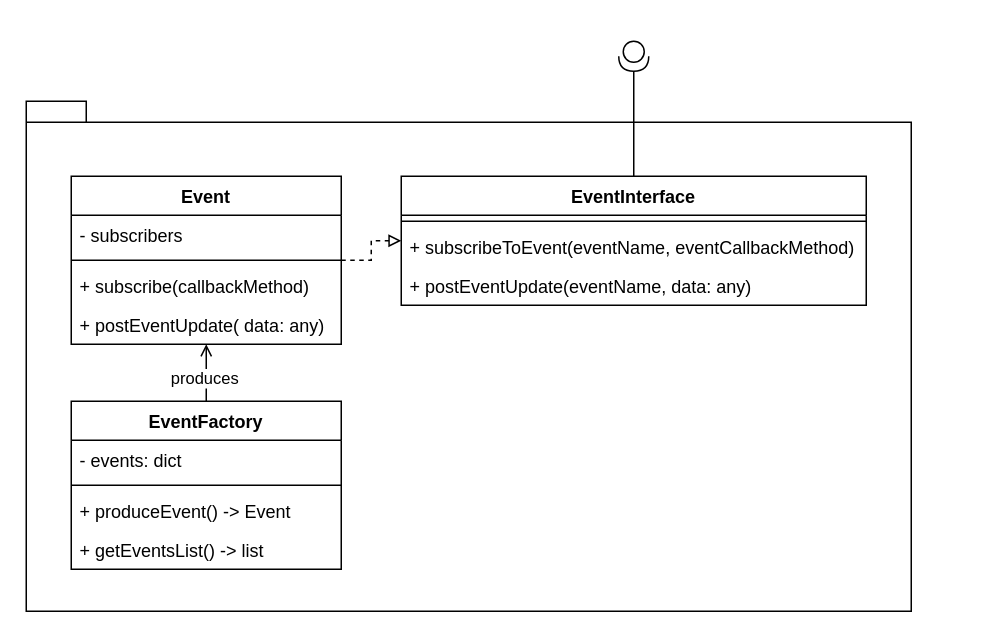
Earlier version of the draw.io diagram Events/Architecture/EventManager.drawio (Uhgtred/HomeExplorer). Source tidied: cells renumbered, new cells numbered last; positions are measured from the earlier drawing's top-left corner, leaving out a move shared by most shapes. Both pictures are drawn from the tidied source at 150%, with x=0, y=0 at pixel (26, 40).
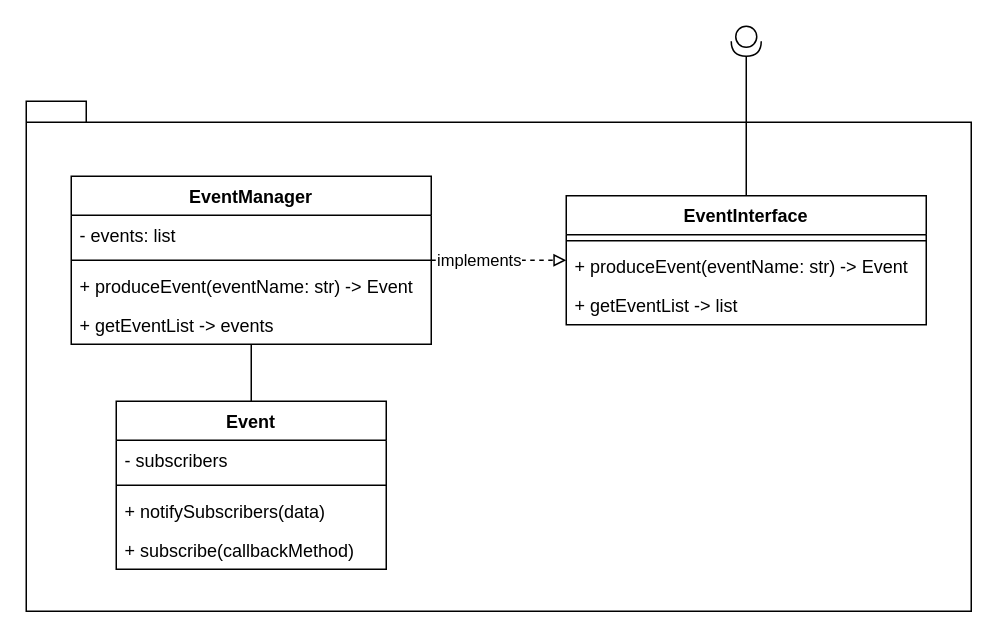
Above is the later version.

The change refers to these unchanged cells:
```xml
<mxCell id="3" style="edgeStyle=orthogonalEdgeStyle;rounded=0;jettySize=auto;html=1;dashed=1;endArrow=block;endFill=0;" parent="1" edge="1" source="4" target="9">
  <mxGeometry relative="1" as="geometry" />
</mxCell>
```

What changed in the source:
```diff
@@
     <mxCell id="2" style="shape=folder;fontStyle=1;spacingTop=10;tabWidth=40;tabHeight=14;tabPosition=left;html=1;" parent="1" vertex="1">
-      <mxGeometry y="40" width="590" height="340" as="geometry" />
+      <mxGeometry y="40" width="630" height="340" as="geometry" />
     </mxCell>
@@
+    <mxCell id="22" value="implements" style="edgeLabel;html=1;align=center;verticalAlign=middle;fontColor=default;" parent="3" vertex="1">
+      <mxGeometry x="-0.3" y="1" relative="1" as="geometry" />
+    </mxCell>
-    <mxCell id="4" value="Event" style="swimlane;fontStyle=1;align=center;verticalAlign=top;horizontal=1;startSize=26;" parent="1" vertex="1">
-      <mxGeometry x="30" y="90" width="180" height="112" as="geometry" />
+    <mxCell id="4" value="EventManager" style="swimlane;fontStyle=1;align=center;verticalAlign=top;horizontal=1;startSize=26;" parent="1" vertex="1">
+      <mxGeometry x="30" y="90" width="240" height="112" as="geometry" />
     </mxCell>
-    <mxCell id="5" value="- subscribers" style="text;strokeColor=none;fillColor=none;align=left;verticalAlign=top;spacingLeft=4;spacingRight=4;overflow=hidden;" parent="4" vertex="1">
-      <mxGeometry y="26" width="180" height="26" as="geometry" />
+    <mxCell id="5" value="- events: list" style="text;strokeColor=none;fillColor=none;align=left;verticalAlign=top;spacingLeft=4;spacingRight=4;overflow=hidden;" parent="4" vertex="1">
+      <mxGeometry y="26" width="240" height="26" as="geometry" />
     </mxCell>
     <mxCell id="6" style="line;strokeWidth=1;fillColor=none;align=left;verticalAlign=middle;spacingTop=-1;spacingLeft=3;spacingRight=3;labelPosition=right;strokeColor=inherit;" parent="4" vertex="1">
-      <mxGeometry y="52" width="180" height="8" as="geometry" />
+      <mxGeometry y="52" width="240" height="8" as="geometry" />
     </mxCell>
-    <mxCell id="7" value="+ subscribe(callbackMethod)" style="text;strokeColor=none;fillColor=none;align=left;verticalAlign=top;spacingLeft=4;spacingRight=4;overflow=hidden;" parent="4" vertex="1">
-      <mxGeometry y="60" width="180" height="26" as="geometry" />
+    <mxCell id="7" value="+ produceEvent(eventName: str) -&gt; Event" style="text;strokeColor=none;fillColor=none;align=left;verticalAlign=top;spacingLeft=4;spacingRight=4;overflow=hidden;" parent="4" vertex="1">
+      <mxGeometry y="60" width="240" height="26" as="geometry" />
     </mxCell>
-    <mxCell id="8" value="+ postEventUpdate( data: any)" style="text;strokeColor=none;fillColor=none;align=left;verticalAlign=top;spacingLeft=4;spacingRight=4;overflow=hidden;" parent="4" vertex="1">
-      <mxGeometry y="86" width="180" height="26" as="geometry" />
+    <mxCell id="8" value="+ getEventList -&gt; events" style="text;strokeColor=none;fillColor=none;align=left;verticalAlign=top;spacingLeft=4;spacingRight=4;overflow=hidden;" parent="4" vertex="1">
+      <mxGeometry y="86" width="240" height="26" as="geometry" />
     </mxCell>
     <mxCell id="9" value="EventInterface" style="swimlane;fontStyle=1;align=center;verticalAlign=top;horizontal=1;startSize=26;" parent="1" vertex="1">
-      <mxGeometry x="250" y="90" width="310" height="86" as="geometry" />
+      <mxGeometry x="360" y="103" width="240" height="86" as="geometry" />
     </mxCell>
     <mxCell id="10" style="line;strokeWidth=1;fillColor=none;align=left;verticalAlign=middle;spacingTop=-1;spacingLeft=3;spacingRight=3;labelPosition=right;strokeColor=inherit;" parent="9" vertex="1">
-      <mxGeometry y="26" width="310" height="8" as="geometry" />
+      <mxGeometry y="26" width="240" height="8" as="geometry" />
     </mxCell>
-    <mxCell id="11" value="+ subscribeToEvent(eventName, eventCallbackMethod)" style="text;strokeColor=none;fillColor=none;align=left;verticalAlign=top;spacingLeft=4;spacingRight=4;overflow=hidden;" parent="9" vertex="1">
-      <mxGeometry y="34" width="310" height="26" as="geometry" />
+    <mxCell id="11" value="+ produceEvent(eventName: str) -&gt; Event" style="text;strokeColor=none;fillColor=none;align=left;verticalAlign=top;spacingLeft=4;spacingRight=4;overflow=hidden;labelBackgroundColor=none;fontColor=default;" parent="9" vertex="1">
+      <mxGeometry y="34" width="240" height="26" as="geometry" />
     </mxCell>
-    <mxCell id="12" value="+ postEventUpdate(eventName, data: any)" style="text;strokeColor=none;fillColor=none;align=left;verticalAlign=top;spacingLeft=4;spacingRight=4;overflow=hidden;" parent="9" vertex="1">
-      <mxGeometry y="60" width="310" height="26" as="geometry" />
-    </mxCell>
+    <mxCell id="23" value="+ getEventList -&gt; list" style="text;strokeColor=none;fillColor=none;align=left;verticalAlign=top;spacingLeft=4;spacingRight=4;overflow=hidden;" parent="9" vertex="1">
+      <mxGeometry y="60" width="240" height="26" as="geometry" />
+    </mxCell>
@@
     <mxCell id="14" style="shape=providedRequiredInterface;html=1;verticalLabelPosition=bottom;sketch=0;rotation=90;" parent="1" vertex="1">
-      <mxGeometry x="395" width="20" height="20" as="geometry" />
+      <mxGeometry x="470" y="-10" width="20" height="20" as="geometry" />
     </mxCell>
-    <mxCell id="15" style="edgeStyle=orthogonalEdgeStyle;rounded=0;jettySize=auto;html=1;endArrow=open;endFill=0;" parent="1" edge="1" source="17" target="4">
+    <mxCell id="15" style="edgeStyle=orthogonalEdgeStyle;rounded=0;jettySize=auto;html=1;endArrow=none;endFill=0;" parent="1" edge="1" source="17" target="4">
       <mxGeometry relative="1" as="geometry" />
     </mxCell>
-    <mxCell id="16" value="produces" style="edgeLabel;html=1;align=center;verticalAlign=middle;" parent="15" vertex="1">
-      <mxGeometry x="-0.23" y="2" relative="1" as="geometry" />
-    </mxCell>
-    <mxCell id="17" value="EventFactory" style="swimlane;fontStyle=1;align=center;verticalAlign=top;horizontal=1;startSize=26;" parent="1" vertex="1">
-      <mxGeometry x="30" y="240" width="180" height="112" as="geometry" />
+    <mxCell id="17" value="Event" style="swimlane;fontStyle=1;align=center;verticalAlign=top;horizontal=1;startSize=26;" parent="1" vertex="1">
+      <mxGeometry x="60" y="240" width="180" height="112" as="geometry" />
     </mxCell>
-    <mxCell id="18" value="- events: dict" style="text;strokeColor=none;fillColor=none;align=left;verticalAlign=top;spacingLeft=4;spacingRight=4;overflow=hidden;" parent="17" vertex="1">
+    <mxCell id="18" value="- subscribers" style="text;strokeColor=none;fillColor=none;align=left;verticalAlign=top;spacingLeft=4;spacingRight=4;overflow=hidden;" parent="17" vertex="1">
       <mxGeometry y="26" width="180" height="26" as="geometry" />
     </mxCell>
@@
-    <mxCell id="20" value="+ produceEvent() -&gt; Event" style="text;strokeColor=none;fillColor=none;align=left;verticalAlign=top;spacingLeft=4;spacingRight=4;overflow=hidden;" parent="17" vertex="1">
+    <mxCell id="20" value="+ notifySubscribers(data)" style="text;strokeColor=none;fillColor=none;align=left;verticalAlign=top;spacingLeft=4;spacingRight=4;overflow=hidden;" parent="17" vertex="1">
       <mxGeometry y="60" width="180" height="26" as="geometry" />
     </mxCell>
-    <mxCell id="21" value="+ getEventsList() -&gt; list" style="text;strokeColor=none;fillColor=none;align=left;verticalAlign=top;spacingLeft=4;spacingRight=4;overflow=hidden;" parent="17" vertex="1">
+    <mxCell id="21" value="+ subscribe(callbackMethod)" style="text;strokeColor=none;fillColor=none;align=left;verticalAlign=top;spacingLeft=4;spacingRight=4;overflow=hidden;" parent="17" vertex="1">
       <mxGeometry y="86" width="180" height="26" as="geometry" />
     </mxCell>
```
